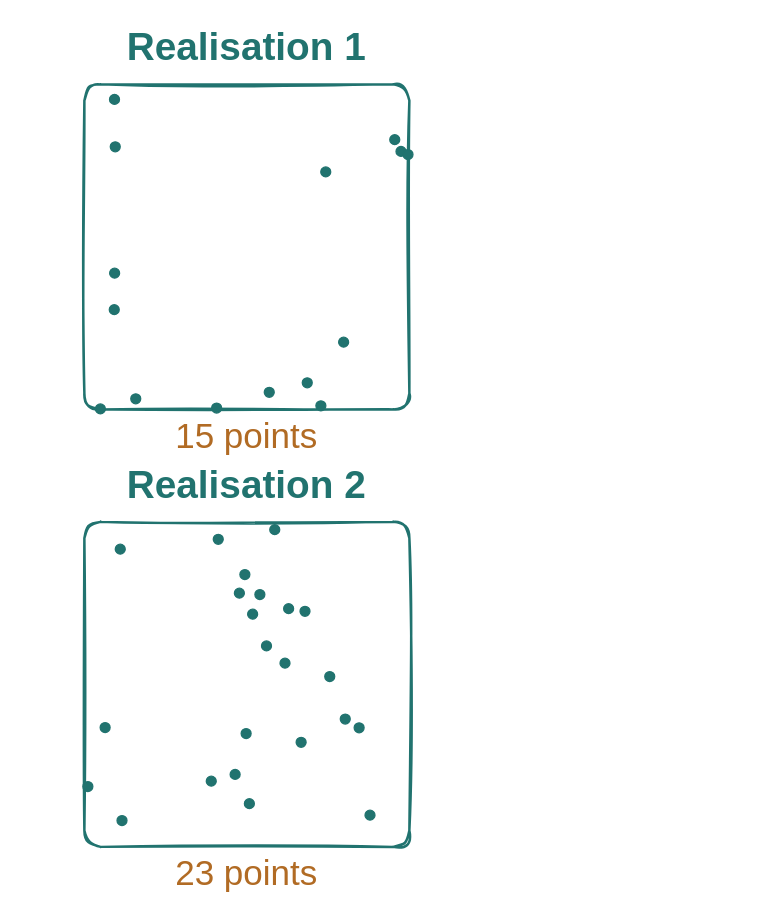
The draw.io diagram assets/poisson_teaching.drawio in MathisRost/agentic-ai-math, before the edit. Source tidied: cells renumbered, new cells numbered last; positions are measured from the earlier drawing's top-left corner, leaving out a move shared by most shapes. Both pictures are drawn from the tidied source at 125%, with x=0, y=0 at pixel (40, 21).
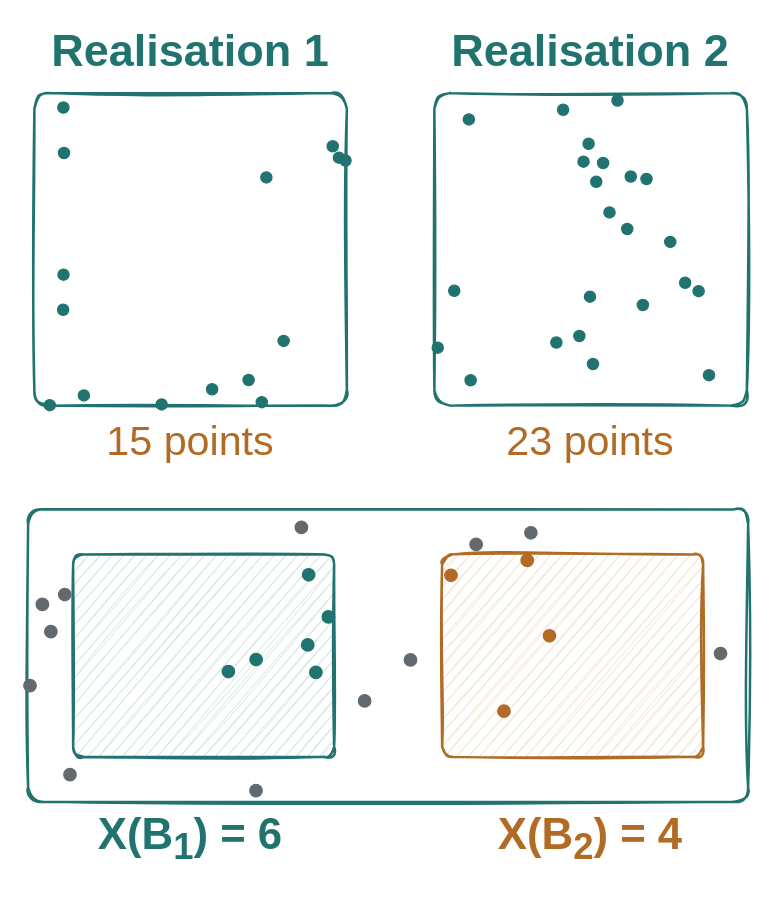
The same diagram, later.

What changed in the source:
```diff
@@
-    <mxCell id="2" value="Realisation 1" style="text;html=0;whiteSpace=wrap;align=center;verticalAlign=middle;fontFamily=Kalam;fontSize=31;fontColor=#21736F;fontStyle=1;strokeColor=none;fillColor=none;spacing=0;" parent="1" vertex="1">
-      <mxGeometry width="330" height="40" as="geometry" />
+    <mxCell id="2" value="Realisation 1" style="text;html=0;whiteSpace=wrap;align=center;verticalAlign=middle;fontFamily=Kalam;fontSize=36;fontColor=#21736F;fontStyle=1;strokeColor=none;fillColor=none;spacing=0;" parent="1" vertex="1">
+      <mxGeometry x="-15" width="270" height="46" as="geometry" />
     </mxCell>
     <mxCell id="3" style="rounded=1;arcSize=5;sketch=1;comic=0;jiggle=1.2;strokeWidth=2;strokeColor=#21736F;fillColor=#FFFFFF;" parent="1" vertex="1">
-      <mxGeometry x="35" y="50" width="260" height="260" as="geometry" />
+      <mxGeometry x="-5" y="57" width="250" height="250" as="geometry" />
     </mxCell>
     <mxCell id="4" style="ellipse;fillColor=#21736F;strokeColor=#21736F;strokeWidth=1;" parent="1" vertex="1">
-      <mxGeometry x="72.1" y="297.5" width="8" height="8" as="geometry" />
+      <mxGeometry x="30.1" y="294.3" width="9" height="9" as="geometry" />
     </mxCell>
     <mxCell id="5" style="ellipse;fillColor=#21736F;strokeColor=#21736F;strokeWidth=1;" parent="1" vertex="1">
-      <mxGeometry x="224.1" y="116" width="8" height="8" as="geometry" />
+      <mxGeometry x="176.1" y="119.9" width="9" height="9" as="geometry" />
     </mxCell>
     <mxCell id="6" style="ellipse;fillColor=#21736F;strokeColor=#21736F;strokeWidth=1;" parent="1" vertex="1">
-      <mxGeometry x="136.8" y="304.9" width="8" height="8" as="geometry" />
+      <mxGeometry x="92.3" y="301.5" width="9" height="9" as="geometry" />
     </mxCell>
     <mxCell id="7" style="ellipse;fillColor=#21736F;strokeColor=#21736F;strokeWidth=1;" parent="1" vertex="1">
-      <mxGeometry x="284.3" y="99.6" width="8" height="8" as="geometry" />
+      <mxGeometry x="234.1" y="104.1" width="9" height="9" as="geometry" />
     </mxCell>
     <mxCell id="8" style="ellipse;fillColor=#21736F;strokeColor=#21736F;strokeWidth=1;" parent="1" vertex="1">
-      <mxGeometry x="209.3" y="284.7" width="8" height="8" as="geometry" />
+      <mxGeometry x="161.9" y="282" width="9" height="9" as="geometry" />
     </mxCell>
     <mxCell id="9" style="ellipse;fillColor=#21736F;strokeColor=#21736F;strokeWidth=1;" parent="1" vertex="1">
-      <mxGeometry x="220.2" y="303.1" width="8" height="8" as="geometry" />
+      <mxGeometry x="172.4" y="299.7" width="9" height="9" as="geometry" />
     </mxCell>
     <mxCell id="10" style="ellipse;fillColor=#21736F;strokeColor=#21736F;strokeWidth=1;" parent="1" vertex="1">
-      <mxGeometry x="238.4" y="252.2" width="8" height="8" as="geometry" />
+      <mxGeometry x="189.9" y="250.7" width="9" height="9" as="geometry" />
     </mxCell>
     <mxCell id="11" style="ellipse;fillColor=#21736F;strokeColor=#21736F;strokeWidth=1;" parent="1" vertex="1">
-      <mxGeometry x="55.2" y="197" width="8" height="8" as="geometry" />
+      <mxGeometry x="13.8" y="197.7" width="9" height="9" as="geometry" />
     </mxCell>
     <mxCell id="12" style="ellipse;fillColor=#21736F;strokeColor=#21736F;strokeWidth=1;" parent="1" vertex="1">
-      <mxGeometry x="43.8" y="305.6" width="8" height="8" as="geometry" />
+      <mxGeometry x="2.8" y="302.1" width="9" height="9" as="geometry" />
     </mxCell>
     <mxCell id="13" style="ellipse;fillColor=#21736F;strokeColor=#21736F;strokeWidth=1;" parent="1" vertex="1">
-      <mxGeometry x="289.9" y="102.1" width="8" height="8" as="geometry" />
+      <mxGeometry x="239.4" y="106.4" width="9" height="9" as="geometry" />
     </mxCell>
     <mxCell id="14" style="ellipse;fillColor=#21736F;strokeColor=#21736F;strokeWidth=1;" parent="1" vertex="1">
-      <mxGeometry x="279.3" y="90.2" width="8" height="8" as="geometry" />
+      <mxGeometry x="229.2" y="95" width="9" height="9" as="geometry" />
     </mxCell>
     <mxCell id="15" style="ellipse;fillColor=#21736F;strokeColor=#21736F;strokeWidth=1;" parent="1" vertex="1">
-      <mxGeometry x="178.9" y="292.3" width="8" height="8" as="geometry" />
+      <mxGeometry x="132.7" y="289.4" width="9" height="9" as="geometry" />
     </mxCell>
     <mxCell id="16" style="ellipse;fillColor=#21736F;strokeColor=#21736F;strokeWidth=1;" parent="1" vertex="1">
-      <mxGeometry x="55.1" y="58" width="8" height="8" as="geometry" />
+      <mxGeometry x="13.7" y="64" width="9" height="9" as="geometry" />
     </mxCell>
     <mxCell id="17" style="ellipse;fillColor=#21736F;strokeColor=#21736F;strokeWidth=1;" parent="1" vertex="1">
-      <mxGeometry x="55.7" y="95.9" width="8" height="8" as="geometry" />
+      <mxGeometry x="14.2" y="100.4" width="9" height="9" as="geometry" />
     </mxCell>
     <mxCell id="18" style="ellipse;fillColor=#21736F;strokeColor=#21736F;strokeWidth=1;" parent="1" vertex="1">
-      <mxGeometry x="54.9" y="226.2" width="8" height="8" as="geometry" />
+      <mxGeometry x="13.5" y="225.8" width="9" height="9" as="geometry" />
     </mxCell>
-    <mxCell id="19" value="15 points" style="text;html=0;whiteSpace=wrap;align=center;verticalAlign=middle;fontFamily=Kalam;fontSize=28;fontColor=#B16B24;fontStyle=0;strokeColor=none;fillColor=none;spacing=0;" parent="1" vertex="1">
-      <mxGeometry y="315" width="330" height="32" as="geometry" />
+    <mxCell id="19" value="15 points" style="text;html=0;whiteSpace=wrap;align=center;verticalAlign=middle;fontFamily=Kalam;fontSize=33;fontColor=#B16B24;fontStyle=0;strokeColor=none;fillColor=none;spacing=0;" parent="1" vertex="1">
+      <mxGeometry x="-15" y="315" width="270" height="40" as="geometry" />
     </mxCell>
-    <mxCell id="20" value="Realisation 2" style="text;html=0;whiteSpace=wrap;align=center;verticalAlign=middle;fontFamily=Kalam;fontSize=31;fontColor=#21736F;fontStyle=1;strokeColor=none;fillColor=none;spacing=0;" parent="1" vertex="1">
-      <mxGeometry y="350" width="330" height="40" as="geometry" />
+    <mxCell id="20" value="Realisation 2" style="text;html=0;whiteSpace=wrap;align=center;verticalAlign=middle;fontFamily=Kalam;fontSize=36;fontColor=#21736F;fontStyle=1;strokeColor=none;fillColor=none;spacing=0;" parent="1" vertex="1">
+      <mxGeometry x="305" width="270" height="46" as="geometry" />
     </mxCell>
     <mxCell id="21" style="rounded=1;arcSize=5;sketch=1;comic=0;jiggle=1.2;strokeWidth=2;strokeColor=#21736F;fillColor=#FFFFFF;" parent="1" vertex="1">
-      <mxGeometry x="35" y="400" width="260" height="260" as="geometry" />
+      <mxGeometry x="315" y="57" width="250" height="250" as="geometry" />
     </mxCell>
     <mxCell id="22" style="ellipse;fillColor=#21736F;strokeColor=#21736F;strokeWidth=1;" parent="1" vertex="1">
-      <mxGeometry x="61.1" y="634.9" width="8" height="8" as="geometry" />
+      <mxGeometry x="339.5" y="282.2" width="9" height="9" as="geometry" />
     </mxCell>
     <mxCell id="23" style="ellipse;fillColor=#21736F;strokeColor=#21736F;strokeWidth=1;" parent="1" vertex="1">
-      <mxGeometry x="250.8" y="560.7" width="8" height="8" as="geometry" />
+      <mxGeometry x="521.9" y="210.9" width="9" height="9" as="geometry" />
     </mxCell>
     <mxCell id="24" style="ellipse;fillColor=#21736F;strokeColor=#21736F;strokeWidth=1;" parent="1" vertex="1">
-      <mxGeometry x="151.6" y="598" width="8" height="8" as="geometry" />
+      <mxGeometry x="426.5" y="246.8" width="9" height="9" as="geometry" />
     </mxCell>
     <mxCell id="25" style="ellipse;fillColor=#21736F;strokeColor=#21736F;strokeWidth=1;" parent="1" vertex="1">
-      <mxGeometry x="159.4" y="438.1" width="8" height="8" as="geometry" />
+      <mxGeometry x="433.9" y="93" width="9" height="9" as="geometry" />
     </mxCell>
     <mxCell id="26" style="ellipse;fillColor=#21736F;strokeColor=#21736F;strokeWidth=1;" parent="1" vertex="1">
-      <mxGeometry x="33.8" y="607.7" width="8" height="8" as="geometry" />
+      <mxGeometry x="313.2" y="256.1" width="9" height="9" as="geometry" />
     </mxCell>
     <mxCell id="27" style="ellipse;fillColor=#21736F;strokeColor=#21736F;strokeWidth=1;" parent="1" vertex="1">
-      <mxGeometry x="207.5" y="467.5" width="8" height="8" as="geometry" />
+      <mxGeometry x="480.2" y="121.2" width="9" height="9" as="geometry" />
     </mxCell>
     <mxCell id="28" style="ellipse;fillColor=#21736F;strokeColor=#21736F;strokeWidth=1;" parent="1" vertex="1">
-      <mxGeometry x="204.4" y="572.3" width="8" height="8" as="geometry" />
+      <mxGeometry x="477.3" y="222" width="9" height="9" as="geometry" />
     </mxCell>
     <mxCell id="29" style="ellipse;fillColor=#21736F;strokeColor=#21736F;strokeWidth=1;" parent="1" vertex="1">
-      <mxGeometry x="171.4" y="454.1" width="8" height="8" as="geometry" />
+      <mxGeometry x="445.5" y="108.4" width="9" height="9" as="geometry" />
     </mxCell>
     <mxCell id="30" style="ellipse;fillColor=#21736F;strokeColor=#21736F;strokeWidth=1;" parent="1" vertex="1">
-      <mxGeometry x="155" y="453" width="8" height="8" as="geometry" />
+      <mxGeometry x="429.8" y="107.3" width="9" height="9" as="geometry" />
     </mxCell>
     <mxCell id="31" style="ellipse;fillColor=#21736F;strokeColor=#21736F;strokeWidth=1;" parent="1" vertex="1">
-      <mxGeometry x="194.4" y="465.4" width="8" height="8" as="geometry" />
+      <mxGeometry x="467.6" y="119.2" width="9" height="9" as="geometry" />
     </mxCell>
     <mxCell id="32" style="ellipse;fillColor=#21736F;strokeColor=#21736F;strokeWidth=1;" parent="1" vertex="1">
-      <mxGeometry x="227.3" y="519.7" width="8" height="8" as="geometry" />
+      <mxGeometry x="499.2" y="171.5" width="9" height="9" as="geometry" />
     </mxCell>
     <mxCell id="33" style="ellipse;fillColor=#21736F;strokeColor=#21736F;strokeWidth=1;" parent="1" vertex="1">
-      <mxGeometry x="59.7" y="417.8" width="8" height="8" as="geometry" />
+      <mxGeometry x="338.1" y="73.5" width="9" height="9" as="geometry" />
     </mxCell>
     <mxCell id="34" style="ellipse;fillColor=#21736F;strokeColor=#21736F;strokeWidth=1;" parent="1" vertex="1">
-      <mxGeometry x="176.7" y="495.2" width="8" height="8" as="geometry" />
+      <mxGeometry x="450.6" y="147.9" width="9" height="9" as="geometry" />
     </mxCell>
     <mxCell id="35" style="ellipse;fillColor=#21736F;strokeColor=#21736F;strokeWidth=1;" parent="1" vertex="1">
-      <mxGeometry x="183.3" y="402.2" width="8" height="8" as="geometry" />
+      <mxGeometry x="457" y="58.4" width="9" height="9" as="geometry" />
     </mxCell>
     <mxCell id="36" style="ellipse;fillColor=#21736F;strokeColor=#21736F;strokeWidth=1;" parent="1" vertex="1">
-      <mxGeometry x="259.5" y="630.6" width="8" height="8" as="geometry" />
+      <mxGeometry x="530.2" y="278.1" width="9" height="9" as="geometry" />
     </mxCell>
     <mxCell id="37" style="ellipse;fillColor=#21736F;strokeColor=#21736F;strokeWidth=1;" parent="1" vertex="1">
-      <mxGeometry x="191.5" y="509" width="8" height="8" as="geometry" />
+      <mxGeometry x="464.8" y="161.2" width="9" height="9" as="geometry" />
     </mxCell>
     <mxCell id="38" style="ellipse;fillColor=#21736F;strokeColor=#21736F;strokeWidth=1;" parent="1" vertex="1">
-      <mxGeometry x="160.4" y="565.3" width="8" height="8" as="geometry" />
+      <mxGeometry x="435" y="215.3" width="9" height="9" as="geometry" />
     </mxCell>
     <mxCell id="39" style="ellipse;fillColor=#21736F;strokeColor=#21736F;strokeWidth=1;" parent="1" vertex="1">
-      <mxGeometry x="132.5" y="603.4" width="8" height="8" as="geometry" />
+      <mxGeometry x="408.1" y="252" width="9" height="9" as="geometry" />
     </mxCell>
     <mxCell id="40" style="ellipse;fillColor=#21736F;strokeColor=#21736F;strokeWidth=1;" parent="1" vertex="1">
-      <mxGeometry x="138.1" y="409.9" width="8" height="8" as="geometry" />
+      <mxGeometry x="413.5" y="65.8" width="9" height="9" as="geometry" />
     </mxCell>
     <mxCell id="41" style="ellipse;fillColor=#21736F;strokeColor=#21736F;strokeWidth=1;" parent="1" vertex="1">
-      <mxGeometry x="165.6" y="469.8" width="8" height="8" as="geometry" />
+      <mxGeometry x="440" y="123.4" width="9" height="9" as="geometry" />
     </mxCell>
     <mxCell id="42" style="ellipse;fillColor=#21736F;strokeColor=#21736F;strokeWidth=1;" parent="1" vertex="1">
-      <mxGeometry x="163" y="621.4" width="8" height="8" as="geometry" />
+      <mxGeometry x="437.4" y="269.2" width="9" height="9" as="geometry" />
     </mxCell>
     <mxCell id="43" style="ellipse;fillColor=#21736F;strokeColor=#21736F;strokeWidth=1;" parent="1" vertex="1">
-      <mxGeometry x="239.7" y="553.7" width="8" height="8" as="geometry" />
+      <mxGeometry x="511.1" y="204.2" width="9" height="9" as="geometry" />
     </mxCell>
     <mxCell id="44" style="ellipse;fillColor=#21736F;strokeColor=#21736F;strokeWidth=1;" parent="1" vertex="1">
-      <mxGeometry x="47.6" y="560.5" width="8" height="8" as="geometry" />
+      <mxGeometry x="326.4" y="210.6" width="9" height="9" as="geometry" />
     </mxCell>
-    <mxCell id="45" value="23 points" style="text;html=0;whiteSpace=wrap;align=center;verticalAlign=middle;fontFamily=Kalam;fontSize=28;fontColor=#B16B24;fontStyle=0;strokeColor=none;fillColor=none;spacing=0;" parent="1" vertex="1">
-      <mxGeometry y="665" width="330" height="32" as="geometry" />
+    <mxCell id="45" value="23 points" style="text;html=0;whiteSpace=wrap;align=center;verticalAlign=middle;fontFamily=Kalam;fontSize=33;fontColor=#B16B24;fontStyle=0;strokeColor=none;fillColor=none;spacing=0;" parent="1" vertex="1">
+      <mxGeometry x="305" y="315" width="270" height="40" as="geometry" />
     </mxCell>
+    <mxCell id="46" style="rounded=1;arcSize=5;sketch=1;comic=0;jiggle=1.2;strokeWidth=2;strokeColor=#21736F;fillColor=#FFFFFF;" parent="1" vertex="1">
+      <mxGeometry x="-10" y="390" width="576" height="234" as="geometry" />
+    </mxCell>
+    <mxCell id="47" style="rounded=1;arcSize=5;sketch=1;comic=0;jiggle=1.2;strokeWidth=2;strokeColor=#21736F;fillColor=#D2E6E2;fillStyle=hachure;hachureGap=7;fillWeight=0.8;" parent="1" vertex="1">
+      <mxGeometry x="26" y="426" width="208.8" height="162" as="geometry" />
+    </mxCell>
+    <mxCell id="48" style="rounded=1;arcSize=5;sketch=1;comic=0;jiggle=1.2;strokeWidth=2;strokeColor=#B16B24;fillColor=#F1E3D2;fillStyle=hachure;hachureGap=7;fillWeight=0.8;" parent="1" vertex="1">
+      <mxGeometry x="321.2" y="426" width="208.8" height="162" as="geometry" />
+    </mxCell>
+    <mxCell id="49" style="ellipse;fillColor=#626A70;strokeColor=#626A70;strokeWidth=1;" parent="1" vertex="1">
+      <mxGeometry x="3.2" y="482.8" width="10" height="10" as="geometry" />
+    </mxCell>
+    <mxCell id="50" style="ellipse;fillColor=#626A70;strokeColor=#626A70;strokeWidth=1;" parent="1" vertex="1">
+      <mxGeometry x="538.9" y="500.3" width="10" height="10" as="geometry" />
+    </mxCell>
+    <mxCell id="51" style="ellipse;fillColor=#626A70;strokeColor=#626A70;strokeWidth=1;" parent="1" vertex="1">
+      <mxGeometry x="-3.6" y="461" width="10" height="10" as="geometry" />
+    </mxCell>
+    <mxCell id="52" style="ellipse;fillColor=#21736F;strokeColor=#21736F;strokeWidth=1;" parent="1" vertex="1">
+      <mxGeometry x="208.7" y="493.4" width="10" height="10" as="geometry" />
+    </mxCell>
+    <mxCell id="53" style="ellipse;fillColor=#B16B24;strokeColor=#B16B24;strokeWidth=1;" parent="1" vertex="1">
+      <mxGeometry x="323.3" y="437.7" width="10" height="10" as="geometry" />
+    </mxCell>
+    <mxCell id="54" style="ellipse;fillColor=#626A70;strokeColor=#626A70;strokeWidth=1;" parent="1" vertex="1">
+      <mxGeometry x="254.2" y="538.2" width="10" height="10" as="geometry" />
+    </mxCell>
+    <mxCell id="55" style="ellipse;fillColor=#626A70;strokeColor=#626A70;strokeWidth=1;" parent="1" vertex="1">
+      <mxGeometry x="14.3" y="453.1" width="10" height="10" as="geometry" />
+    </mxCell>
+    <mxCell id="56" style="ellipse;fillColor=#626A70;strokeColor=#626A70;strokeWidth=1;" parent="1" vertex="1">
+      <mxGeometry x="343.4" y="413" width="10" height="10" as="geometry" />
+    </mxCell>
+    <mxCell id="57" style="ellipse;fillColor=#626A70;strokeColor=#626A70;strokeWidth=1;" parent="1" vertex="1">
+      <mxGeometry x="167.3" y="610" width="10" height="10" as="geometry" />
+    </mxCell>
+    <mxCell id="58" style="ellipse;fillColor=#21736F;strokeColor=#21736F;strokeWidth=1;" parent="1" vertex="1">
+      <mxGeometry x="167.4" y="505.1" width="10" height="10" as="geometry" />
+    </mxCell>
+    <mxCell id="59" style="ellipse;fillColor=#21736F;strokeColor=#21736F;strokeWidth=1;" parent="1" vertex="1">
+      <mxGeometry x="215.2" y="515.4" width="10" height="10" as="geometry" />
+    </mxCell>
+    <mxCell id="60" style="ellipse;fillColor=#21736F;strokeColor=#21736F;strokeWidth=1;" parent="1" vertex="1">
+      <mxGeometry x="145.2" y="514.7" width="10" height="10" as="geometry" />
+    </mxCell>
+    <mxCell id="61" style="ellipse;fillColor=#626A70;strokeColor=#626A70;strokeWidth=1;" parent="1" vertex="1">
+      <mxGeometry x="18.5" y="597.2" width="10" height="10" as="geometry" />
+    </mxCell>
+    <mxCell id="62" style="ellipse;fillColor=#626A70;strokeColor=#626A70;strokeWidth=1;" parent="1" vertex="1">
+      <mxGeometry x="387.2" y="403.7" width="10" height="10" as="geometry" />
+    </mxCell>
+    <mxCell id="63" style="ellipse;fillColor=#626A70;strokeColor=#626A70;strokeWidth=1;" parent="1" vertex="1">
+      <mxGeometry x="203.6" y="399.4" width="10" height="10" as="geometry" />
+    </mxCell>
+    <mxCell id="64" style="ellipse;fillColor=#626A70;strokeColor=#626A70;strokeWidth=1;" parent="1" vertex="1">
+      <mxGeometry x="290.9" y="505.4" width="10" height="10" as="geometry" />
+    </mxCell>
+    <mxCell id="65" style="ellipse;fillColor=#21736F;strokeColor=#21736F;strokeWidth=1;" parent="1" vertex="1">
+      <mxGeometry x="209.4" y="437.3" width="10" height="10" as="geometry" />
+    </mxCell>
+    <mxCell id="66" style="ellipse;fillColor=#B16B24;strokeColor=#B16B24;strokeWidth=1;" parent="1" vertex="1">
+      <mxGeometry x="365.7" y="546.4" width="10" height="10" as="geometry" />
+    </mxCell>
+    <mxCell id="67" style="ellipse;fillColor=#B16B24;strokeColor=#B16B24;strokeWidth=1;" parent="1" vertex="1">
+      <mxGeometry x="384.3" y="425.8" width="10" height="10" as="geometry" />
+    </mxCell>
+    <mxCell id="68" style="ellipse;fillColor=#626A70;strokeColor=#626A70;strokeWidth=1;" parent="1" vertex="1">
+      <mxGeometry x="-13.5" y="526" width="10" height="10" as="geometry" />
+    </mxCell>
+    <mxCell id="69" style="ellipse;fillColor=#B16B24;strokeColor=#B16B24;strokeWidth=1;" parent="1" vertex="1">
+      <mxGeometry x="402.1" y="486.1" width="10" height="10" as="geometry" />
+    </mxCell>
+    <mxCell id="70" style="ellipse;fillColor=#21736F;strokeColor=#21736F;strokeWidth=1;" parent="1" vertex="1">
+      <mxGeometry x="225.2" y="471" width="10" height="10" as="geometry" />
+    </mxCell>
+    <mxCell id="71" value="X(B&lt;sub&gt;1&lt;/sub&gt;) = 6" style="text;html=1;whiteSpace=wrap;align=center;verticalAlign=middle;fontFamily=Kalam;fontSize=35;fontColor=#21736F;fontStyle=1;strokeColor=none;fillColor=none;spacing=0;" parent="1" vertex="1">
+      <mxGeometry x="-15" y="632" width="270" height="42" as="geometry" />
+    </mxCell>
+    <mxCell id="72" value="X(B&lt;sub&gt;2&lt;/sub&gt;) = 4" style="text;html=1;whiteSpace=wrap;align=center;verticalAlign=middle;fontFamily=Kalam;fontSize=35;fontColor=#B16B24;fontStyle=1;strokeColor=none;fillColor=none;spacing=0;" parent="1" vertex="1">
+      <mxGeometry x="305" y="632" width="270" height="42" as="geometry" />
+    </mxCell>
```
